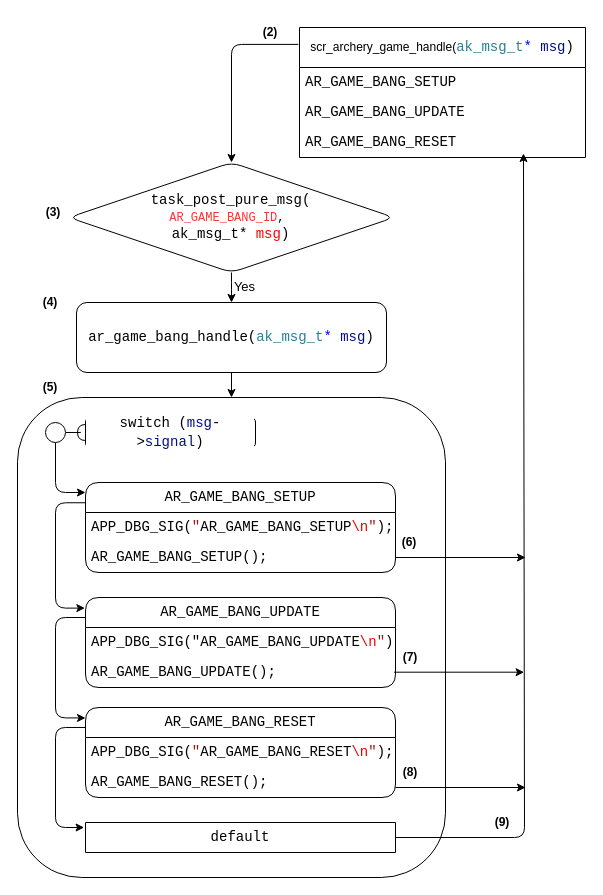
Earlier version of the draw.io diagram bang_sequence.drawio (QuocBuu/drawio). Source tidied: cells renumbered, new cells numbered last; positions are measured from the earlier drawing's top-left corner, leaving out a move shared by most shapes. Both pictures are drawn from the tidied source at 100%, with x=0, y=0 at pixel (17, 17).
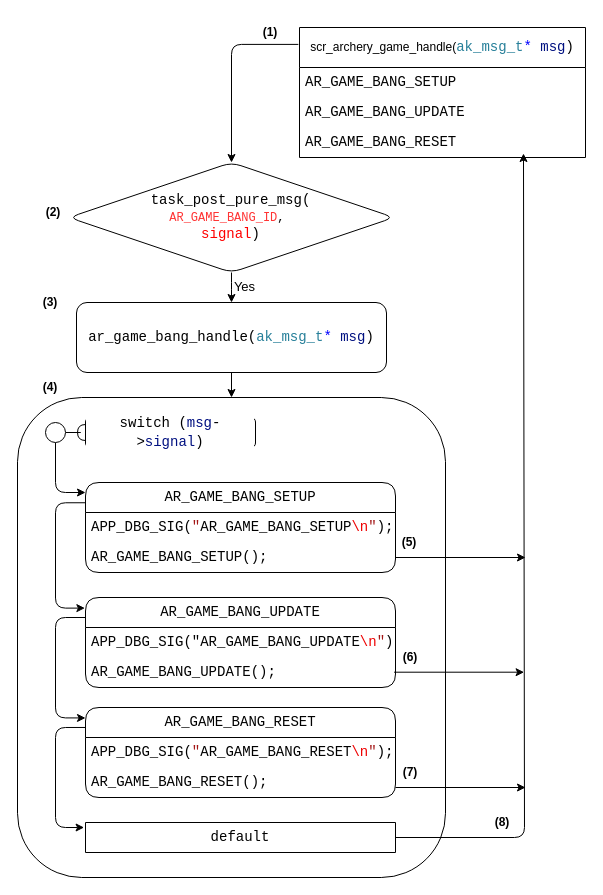
The same page after the edit.

Diff of the diagram source:
```diff
@@
-    <mxCell id="29" value="&lt;div style=&quot;background-color: rgb(255, 255, 255); font-family: Consolas, &amp;quot;Courier New&amp;quot;, monospace; font-size: 14px; line-height: 19px;&quot;&gt;task_post_pure_msg(&lt;/div&gt;&lt;span style=&quot;background-color: rgb(255, 255, 255);&quot;&gt;&lt;font face=&quot;Consolas, Courier New, monospace&quot; color=&quot;#ff3333&quot;&gt;AR_GAME_BANG_ID&lt;/font&gt;&lt;font face=&quot;Consolas, Courier New, monospace&quot;&gt;,&amp;nbsp;&lt;/font&gt;&lt;/span&gt;&lt;font face=&quot;Consolas, Courier New, monospace&quot; color=&quot;#ff3333&quot;&gt;&lt;br&gt;&lt;/font&gt;&lt;div style=&quot;background-color: rgb(255, 255, 255); font-family: Consolas, &amp;quot;Courier New&amp;quot;, monospace; font-size: 14px; line-height: 19px;&quot;&gt;ak_msg_t* &lt;font color=&quot;#ff0000&quot;&gt;msg&lt;/font&gt;)&lt;/div&gt;" style="rhombus;whiteSpace=wrap;html=1;rounded=1;" parent="1" vertex="1">
+    <mxCell id="29" value="&lt;div style=&quot;background-color: rgb(255, 255, 255); font-family: Consolas, &amp;quot;Courier New&amp;quot;, monospace; font-size: 14px; line-height: 19px;&quot;&gt;task_post_pure_msg(&lt;/div&gt;&lt;span style=&quot;background-color: rgb(255, 255, 255);&quot;&gt;&lt;font face=&quot;Consolas, Courier New, monospace&quot; color=&quot;#ff3333&quot;&gt;AR_GAME_BANG_ID&lt;/font&gt;&lt;font face=&quot;Consolas, Courier New, monospace&quot;&gt;,&amp;nbsp;&lt;/font&gt;&lt;/span&gt;&lt;font face=&quot;Consolas, Courier New, monospace&quot; color=&quot;#ff3333&quot;&gt;&lt;br&gt;&lt;/font&gt;&lt;div style=&quot;background-color: rgb(255, 255, 255); font-family: Consolas, &amp;quot;Courier New&amp;quot;, monospace; font-size: 14px; line-height: 19px;&quot;&gt;&lt;font color=&quot;#ff0000&quot;&gt;signal&lt;/font&gt;)&lt;/div&gt;" style="rhombus;whiteSpace=wrap;html=1;rounded=1;" parent="1" vertex="1">
       <mxGeometry x="51.4" y="145" width="325.2" height="110" as="geometry" />
     </mxCell>
-    <mxCell id="30" value="&lt;b&gt;(2)&lt;/b&gt;" style="text;html=1;strokeColor=none;fillColor=none;align=center;verticalAlign=middle;whiteSpace=wrap;rounded=0;" parent="1" vertex="1">
+    <mxCell id="30" value="&lt;b&gt;(1)&lt;/b&gt;" style="text;html=1;strokeColor=none;fillColor=none;align=center;verticalAlign=middle;whiteSpace=wrap;rounded=0;" parent="1" vertex="1">
       <mxGeometry x="238" width="30" height="30" as="geometry" />
     </mxCell>
-    <mxCell id="31" value="&lt;b&gt;(3)&lt;/b&gt;" style="text;html=1;strokeColor=none;fillColor=none;align=center;verticalAlign=middle;whiteSpace=wrap;rounded=0;" parent="1" vertex="1">
+    <mxCell id="31" value="&lt;b&gt;(2)&lt;/b&gt;" style="text;html=1;strokeColor=none;fillColor=none;align=center;verticalAlign=middle;whiteSpace=wrap;rounded=0;" parent="1" vertex="1">
       <mxGeometry x="21.4" y="180" width="30" height="30" as="geometry" />
     </mxCell>
-    <mxCell id="32" value="&lt;b&gt;(6)&lt;/b&gt;" style="text;html=1;strokeColor=none;fillColor=none;align=center;verticalAlign=middle;whiteSpace=wrap;rounded=0;" parent="1" vertex="1">
+    <mxCell id="32" value="&lt;b&gt;(5)&lt;/b&gt;" style="text;html=1;strokeColor=none;fillColor=none;align=center;verticalAlign=middle;whiteSpace=wrap;rounded=0;" parent="1" vertex="1">
       <mxGeometry x="376.6" y="510" width="30" height="30" as="geometry" />
     </mxCell>
-    <mxCell id="33" value="&lt;b&gt;(7)&lt;/b&gt;" style="text;html=1;strokeColor=none;fillColor=none;align=center;verticalAlign=middle;whiteSpace=wrap;rounded=0;" parent="1" vertex="1">
+    <mxCell id="33" value="&lt;b&gt;(6)&lt;/b&gt;" style="text;html=1;strokeColor=none;fillColor=none;align=center;verticalAlign=middle;whiteSpace=wrap;rounded=0;" parent="1" vertex="1">
       <mxGeometry x="378" y="620" width="30" height="40" as="geometry" />
     </mxCell>
-    <mxCell id="34" value="&lt;b&gt;(8)&lt;/b&gt;" style="text;html=1;strokeColor=none;fillColor=none;align=center;verticalAlign=middle;whiteSpace=wrap;rounded=0;" parent="1" vertex="1">
+    <mxCell id="34" value="&lt;b&gt;(7)&lt;/b&gt;" style="text;html=1;strokeColor=none;fillColor=none;align=center;verticalAlign=middle;whiteSpace=wrap;rounded=0;" parent="1" vertex="1">
       <mxGeometry x="378" y="740" width="30" height="30" as="geometry" />
     </mxCell>
-    <mxCell id="35" value="&lt;b&gt;(9)&lt;/b&gt;" style="text;html=1;strokeColor=none;fillColor=none;align=center;verticalAlign=middle;whiteSpace=wrap;rounded=0;" parent="1" vertex="1">
+    <mxCell id="35" value="&lt;b&gt;(8)&lt;/b&gt;" style="text;html=1;strokeColor=none;fillColor=none;align=center;verticalAlign=middle;whiteSpace=wrap;rounded=0;" parent="1" vertex="1">
       <mxGeometry x="470" y="790" width="30" height="30" as="geometry" />
     </mxCell>
@@
-    <mxCell id="40" value="&lt;b&gt;(4)&lt;/b&gt;" style="text;html=1;strokeColor=none;fillColor=none;align=center;verticalAlign=middle;whiteSpace=wrap;rounded=0;" parent="1" vertex="1">
+    <mxCell id="40" value="&lt;b&gt;(3)&lt;/b&gt;" style="text;html=1;strokeColor=none;fillColor=none;align=center;verticalAlign=middle;whiteSpace=wrap;rounded=0;" parent="1" vertex="1">
       <mxGeometry x="18" y="270" width="30" height="30" as="geometry" />
     </mxCell>
-    <mxCell id="41" value="&lt;b&gt;(5)&lt;/b&gt;" style="text;html=1;strokeColor=none;fillColor=none;align=center;verticalAlign=middle;whiteSpace=wrap;rounded=0;" parent="1" vertex="1">
+    <mxCell id="41" value="&lt;b&gt;(4)&lt;/b&gt;" style="text;html=1;strokeColor=none;fillColor=none;align=center;verticalAlign=middle;whiteSpace=wrap;rounded=0;" parent="1" vertex="1">
       <mxGeometry x="18" y="355" width="30" height="30" as="geometry" />
     </mxCell>
```
